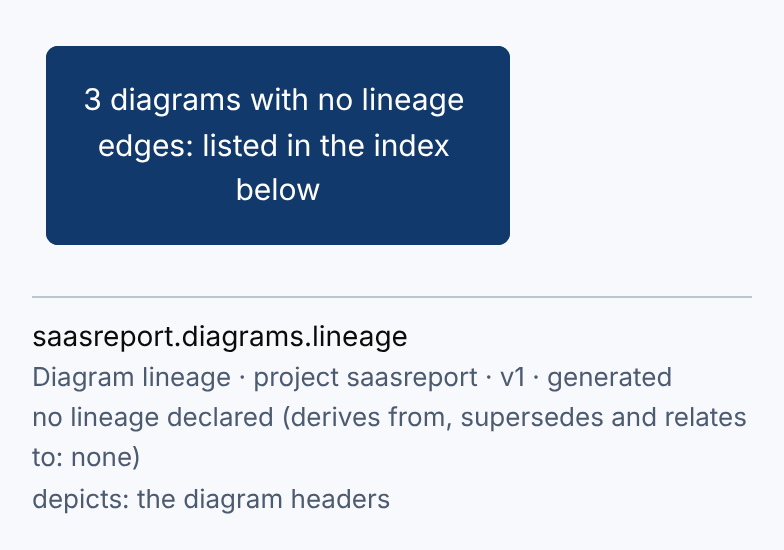
Before: docs/diagrams/lineage.png, a diagram exported from Mermaid (SaasReport/landing). Its source is kept beside it as docs/diagrams/lineage.mmd.
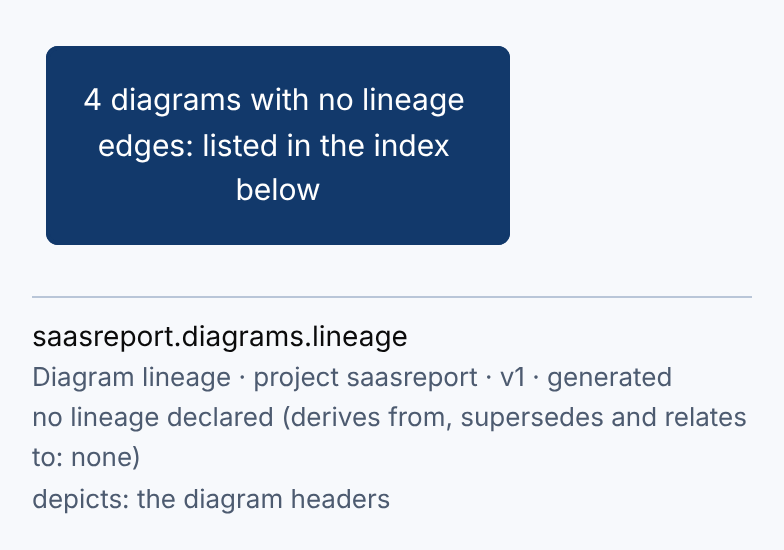
After the change.

Diff of the diagram source:
```diff
@@ -1,6 +1,6 @@
 %%{init: {"theme":"base","themeVariables":{"fontFamily":"Inter, Arial, sans-serif","fontSize":"15px","textColor":"#0B0B0B","stateLabelColor":"#0B0B0B","transitionLabelColor":"#0B0B0B","background":"#F7F9FC","primaryColor":"#FFFFFF","primaryTextColor":"#0B0B0B","primaryBorderColor":"#0B0B0B","lineColor":"#4D5B70","secondaryColor":"#EDF1F6","tertiaryColor":"#F7F9FC","clusterBkg":"#EDF1F6","clusterBorder":"#B9C6D8","edgeLabelBackground":"#F7F9FC","titleColor":"#0B0B0B","actorBkg":"#0B0B0B","actorBorder":"#0B0B0B","actorTextColor":"#FFFFFF","actorLineColor":"#B9C6D8","signalColor":"#0B0B0B","signalTextColor":"#0B0B0B","labelBoxBkgColor":"#F7F9FC","labelBoxBorderColor":"#B9C6D8","noteBkgColor":"#EEF3F9","noteBorderColor":"#6F9BD8","sequenceNumberColor":"#FFFFFF","stateBkg":"#FFFFFF","stateBorder":"#0B0B0B","transitionColor":"#4D5B70","specialStateColor":"#12396B"}}}%%
 flowchart TB
-  alone("3 diagrams with no lineage edges: listed in the index below")
+  alone("4 diagrams with no lineage edges: listed in the index below")
   class alone accent
   classDef accent fill:#12396B,stroke:#12396B,color:#FFFFFF,stroke-width:2px
   classDef muted fill:#FFFFFF,stroke:#B9C6D8,color:#4D5B70,stroke-dasharray:4 3
```
